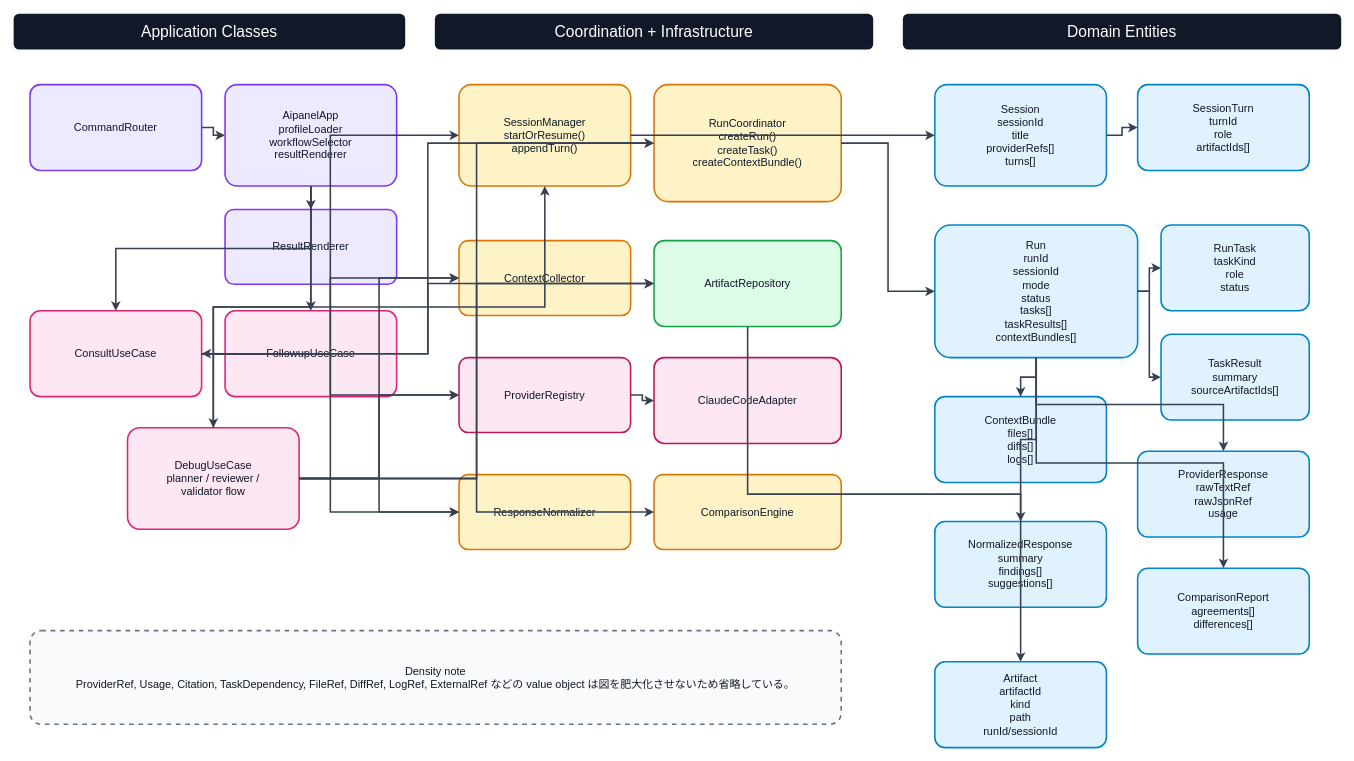
The draw.io diagram docs/rearchitecture/content_rearchitecture_2026-03-10/12_current-implementation-diagrams/source/core-class-diagram.drawio in sean-sunagaku/aipanel, before the edit. Source tidied: cells renumbered, new cells numbered last; positions are measured from the earlier drawing's top-left corner, leaving out a move shared by most shapes. Both pictures are drawn from the tidied source at 78%, with x=0, y=0 at pixel (14, 14).
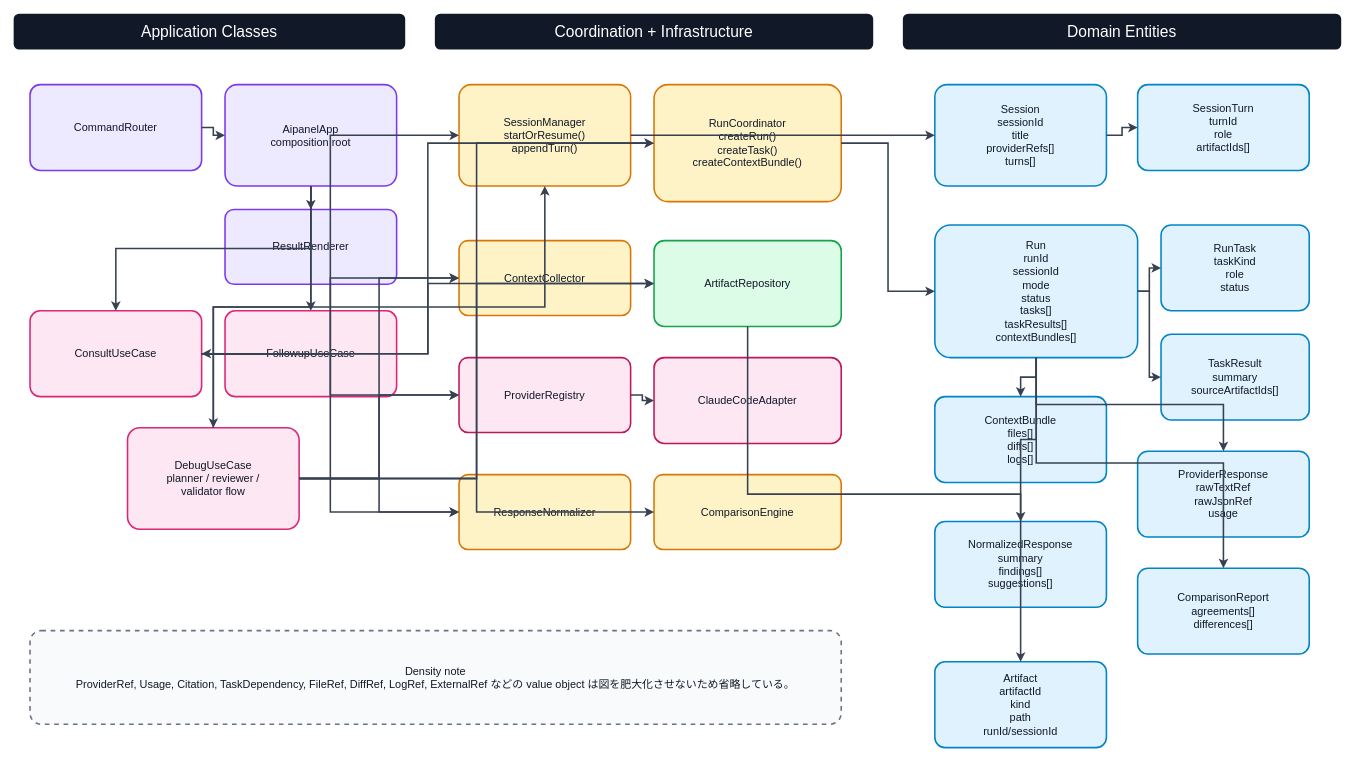
The same page after the edit.

Change to the diagram source:
```diff
@@
-    <mxCell id="6" value="AipanelApp&#10;profileLoader&#10;workflowSelector&#10;resultRenderer" style="shape=rectangle;rounded=1;whiteSpace=wrap;html=0;align=center;verticalAlign=middle;arcSize=12;fillColor=#EDE9FE;strokeColor=#7C3AED;fontColor=#111827;fontSize=14;strokeWidth=2;" parent="1" vertex="1">
+    <mxCell id="6" value="AipanelApp&#10;composition root" style="shape=rectangle;rounded=1;whiteSpace=wrap;html=0;align=center;verticalAlign=middle;arcSize=12;fillColor=#EDE9FE;strokeColor=#7C3AED;fontColor=#111827;fontSize=14;strokeWidth=2;" parent="1" vertex="1">
       <mxGeometry x="270" y="90" width="220" height="130" as="geometry" />
     </mxCell>
```
